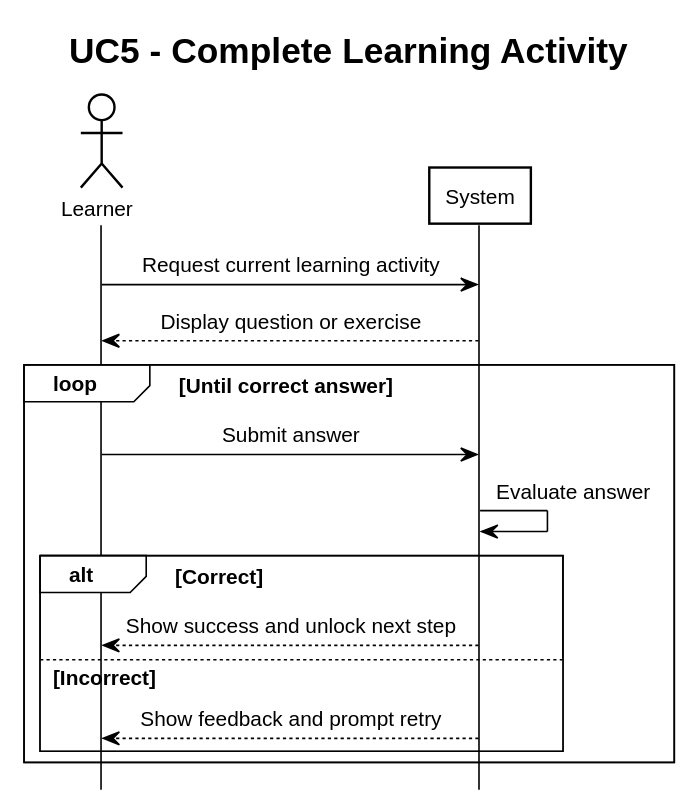
The PlantUML diagram out/Analysis/SSDs/UC5_CompleteLearningActivity/UC5_CompleteLearningActivity.svg in SEPCheesecakeFactory/SEP3, before a commit. Its diagram source:
```plantuml
@startuml
title UC5 - Complete Learning Activity
!include https://raw.githubusercontent.com/fredoslav2004/MinimalThemePUML/refs/heads/main/minimal-theme.puml

actor Learner
participant System

Learner -> System: Request current learning activity
System --> Learner: Display question or exercise
loop Until correct answer
    Learner -> System: Submit answer
    System -> System: Evaluate answer
    alt Correct
        System --> Learner: Show success and unlock next step
    else Incorrect
        System --> Learner: Show feedback and prompt retry
    end
end
@enduml
```
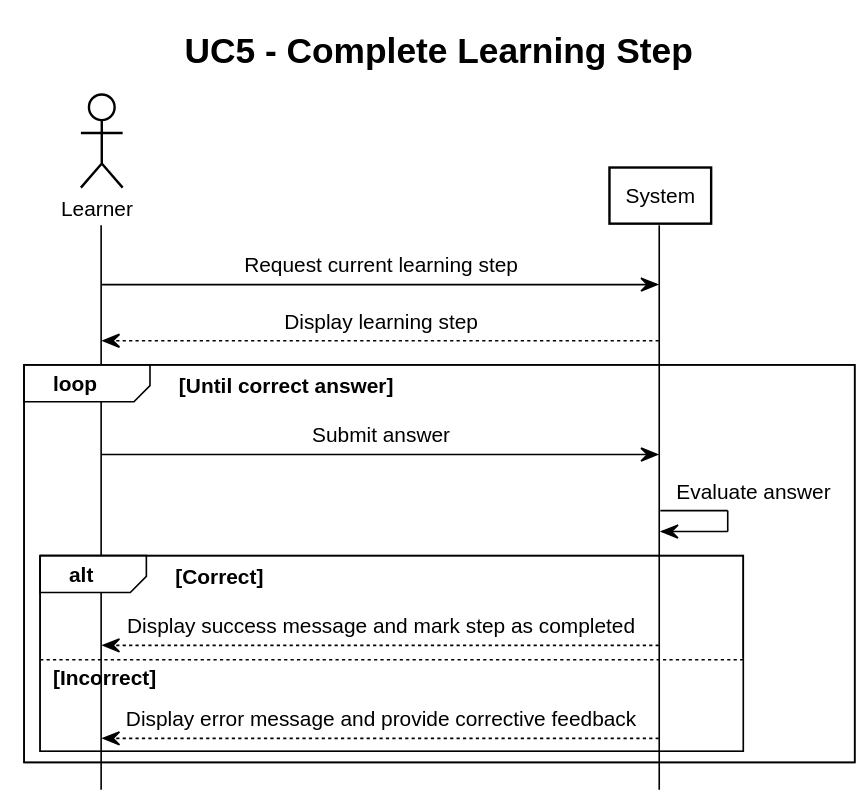
Later version of the same file.

Diff of the diagram source:
```diff
@@ -1,19 +1,19 @@
 @startuml
-title UC5 - Complete Learning Activity
+title UC5 - Complete Learning Step
 !include https://raw.githubusercontent.com/fredoslav2004/MinimalThemePUML/refs/heads/main/minimal-theme.puml
 
 actor Learner
 participant System
 
-Learner -> System: Request current learning activity
-System --> Learner: Display question or exercise
+Learner -> System: Request current learning step
+System --> Learner: Display learning step
 loop Until correct answer
     Learner -> System: Submit answer
     System -> System: Evaluate answer
     alt Correct
-        System --> Learner: Show success and unlock next step
+        System --> Learner: Display success message and mark step as completed
     else Incorrect
-        System --> Learner: Show feedback and prompt retry
+        System --> Learner: Display error message and provide corrective feedback
     end
 end
 @enduml
```
